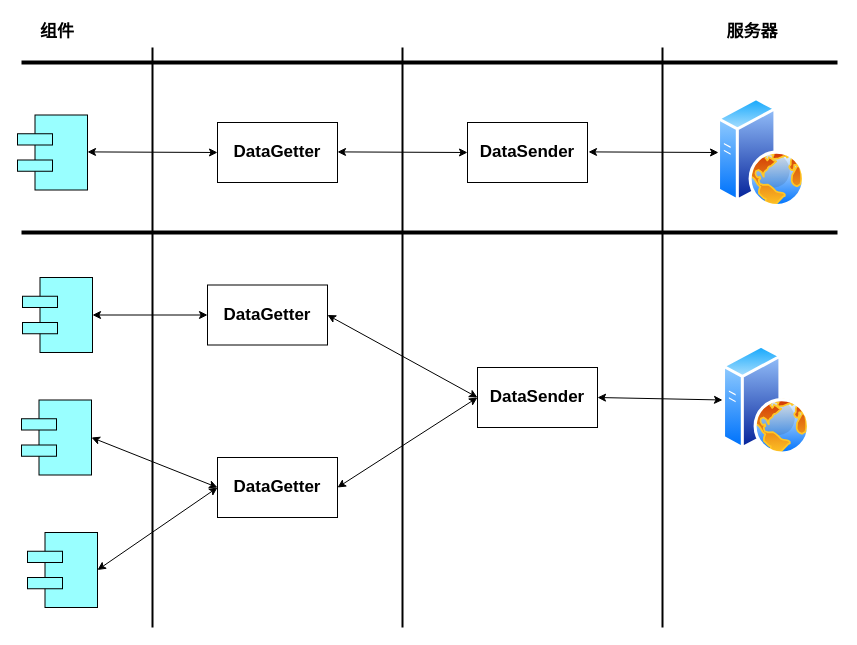
Above: src/Untitled Diagram.drawio in LuoZhiDan/angular1.x (draw.io), before the change. Source tidied: cells renumbered, new cells numbered last; positions are measured from the earlier drawing's top-left corner, leaving out a move shared by most shapes. Both pictures are drawn from the tidied source at 100%, with x=0, y=0 at pixel (17, 17).
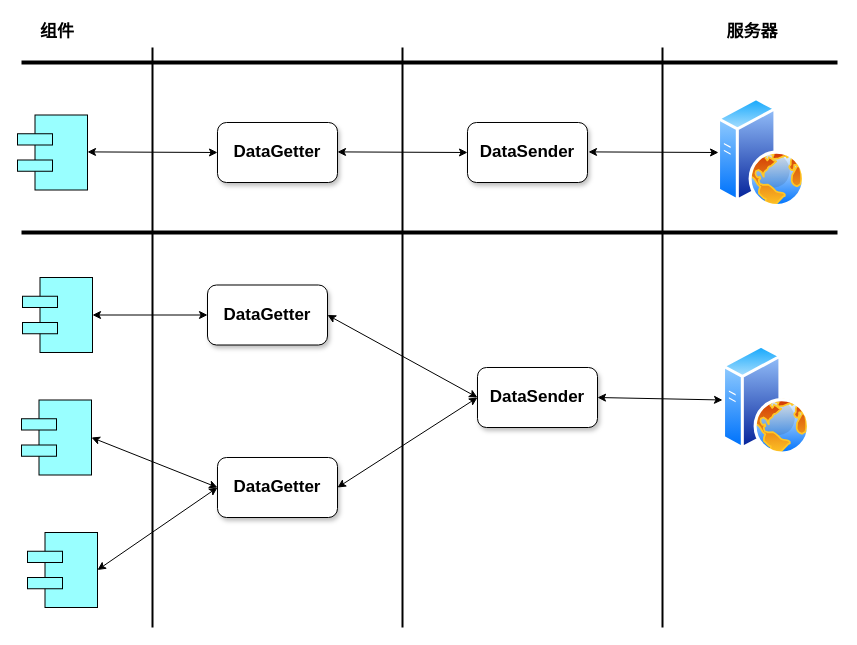
The same page after the edit.

Diff of the diagram source:
```diff
@@
-    <mxCell id="4" value="DataGetter" style="rounded=0;whiteSpace=wrap;html=1;fontSize=17;fontStyle=1;" parent="1" vertex="1">
+    <mxCell id="4" value="DataGetter" style="rounded=1;whiteSpace=wrap;html=1;fontSize=17;fontStyle=1;glass=0;shadow=1;" parent="1" vertex="1">
       <mxGeometry x="200" y="105" width="120" height="60" as="geometry" />
     </mxCell>
-    <mxCell id="5" value="DataSender" style="rounded=0;whiteSpace=wrap;html=1;fontSize=17;fontStyle=1;" parent="1" vertex="1">
+    <mxCell id="5" value="DataSender" style="rounded=1;whiteSpace=wrap;html=1;fontSize=17;fontStyle=1;glass=0;shadow=1;" parent="1" vertex="1">
       <mxGeometry x="450" y="105" width="120" height="60" as="geometry" />
     </mxCell>
@@
-    <mxCell id="10" value="DataGetter" style="rounded=0;whiteSpace=wrap;html=1;fontSize=17;fontStyle=1;" parent="1" vertex="1">
+    <mxCell id="10" value="DataGetter" style="rounded=1;whiteSpace=wrap;html=1;fontSize=17;fontStyle=1;glass=0;shadow=1;" parent="1" vertex="1">
       <mxGeometry x="200" y="440" width="120" height="60" as="geometry" />
     </mxCell>
-    <mxCell id="11" value="DataSender" style="rounded=0;whiteSpace=wrap;html=1;fontSize=17;fontStyle=1;" parent="1" vertex="1">
+    <mxCell id="11" value="DataSender" style="rounded=1;whiteSpace=wrap;html=1;fontSize=17;fontStyle=1;glass=0;shadow=1;" parent="1" vertex="1">
       <mxGeometry x="460" y="350" width="120" height="60" as="geometry" />
     </mxCell>
@@
-    <mxCell id="19" value="DataGetter" style="rounded=0;whiteSpace=wrap;html=1;fontSize=17;fontStyle=1;" parent="1" vertex="1">
+    <mxCell id="19" value="DataGetter" style="rounded=1;whiteSpace=wrap;html=1;fontSize=17;fontStyle=1;glass=0;shadow=1;" parent="1" vertex="1">
       <mxGeometry x="190" y="267.5" width="120" height="60" as="geometry" />
     </mxCell>
```
